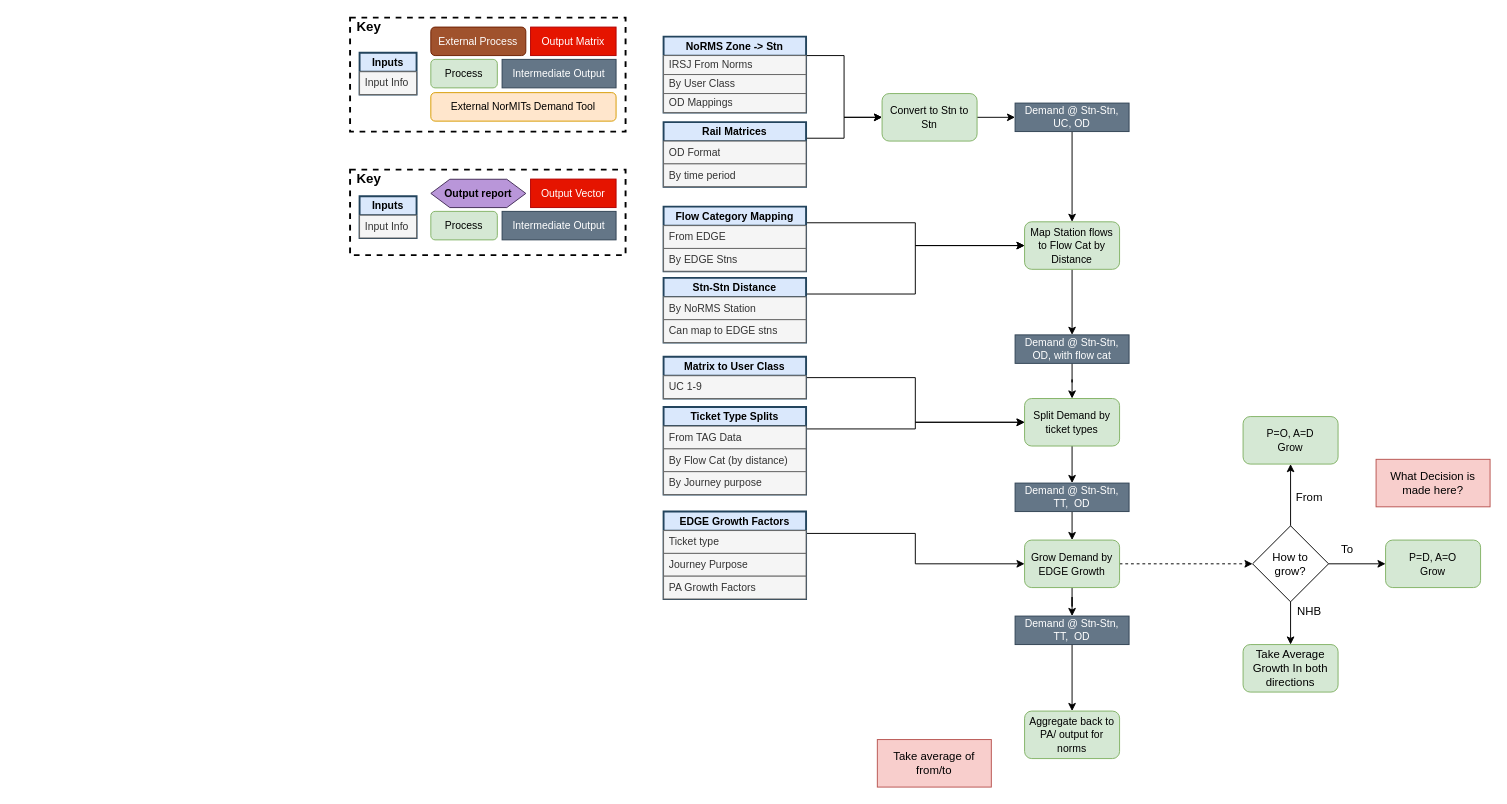
Transport-for-the-North/NorMITs-Demand keeps this draw.io diagram as page "Growth Process" (2 of 3) of docs/op_models/Forecasting/EDGE Replicant/EDGE Replicant.drawio. Above is the earlier version. Source tidied: cells renumbered, new cells numbered last; positions are measured from the earlier drawing's top-left corner, leaving out a move shared by most shapes. Both pictures are drawn from the tidied source at 95%, with x=0, y=0 at pixel (350, 17).
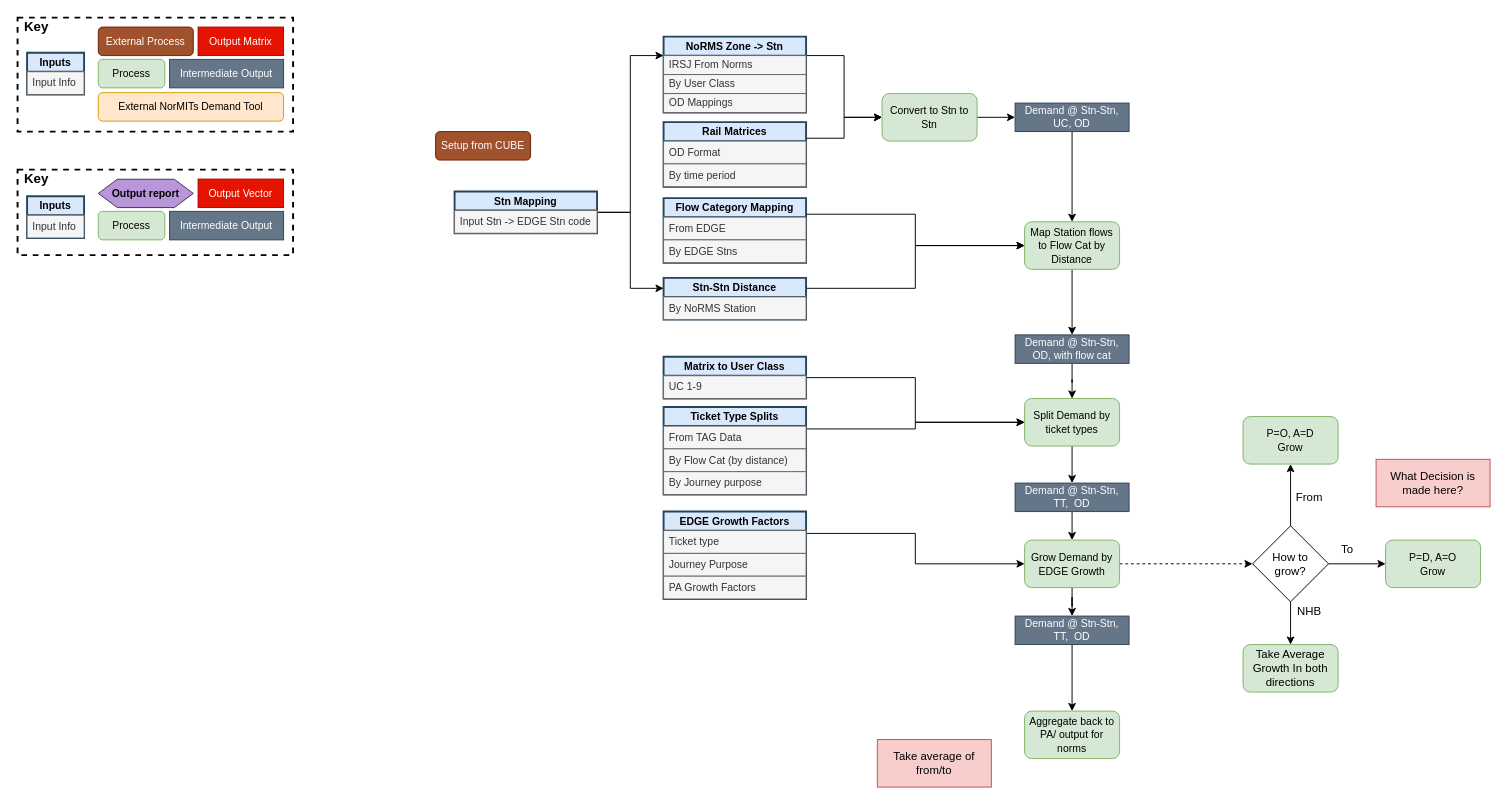
Above is the later version.

The change refers to these unchanged cells:
```xml
<mxCell id="31" value="NoRMS Zone -&gt; Stn" style="swimlane;fontStyle=1;horizontal=1;startSize=20;fillColor=#dae8fc;rounded=0;glass=0;fontSize=11;align=center;strokeWidth=2;strokeColor=#23445D;" parent="1" vertex="1">
  <mxGeometry x="330" y="20" width="150" height="80" as="geometry" />
</mxCell>
```

What changed in the source:
```diff
@@
     <mxCell id="2" style="group;" parent="1" vertex="1">
-      <mxGeometry width="290" height="120" as="geometry" />
+      <mxGeometry x="-350" width="290" height="120" as="geometry" />
     </mxCell>
@@
     <mxCell id="12" style="group;" parent="1" vertex="1">
-      <mxGeometry y="160" width="290" height="90" as="geometry" />
+      <mxGeometry x="-350" y="160" width="290" height="90" as="geometry" />
     </mxCell>
@@
     <mxCell id="27" value="Flow Category Mapping" style="swimlane;fontStyle=1;horizontal=1;startSize=20;fillColor=#dae8fc;rounded=0;glass=0;fontSize=11;align=center;strokeWidth=2;strokeColor=#23445D;" parent="1" vertex="1">
-      <mxGeometry x="330" y="199" width="150" height="68" as="geometry" />
+      <mxGeometry x="330" y="190" width="150" height="68" as="geometry" />
     </mxCell>
@@
     <mxCell id="42" value="Stn-Stn Distance" style="swimlane;fontStyle=1;horizontal=1;startSize=20;fillColor=#dae8fc;rounded=0;glass=0;fontSize=11;align=center;strokeWidth=2;strokeColor=#23445D;" parent="1" vertex="1">
-      <mxGeometry x="330" y="274" width="150" height="68" as="geometry" />
+      <mxGeometry x="330" y="274" width="150" height="44" as="geometry" />
     </mxCell>
@@
-    <mxCell id="44" value="Can map to EDGE stns" style="text;strokeColor=#666666;fillColor=#f5f5f5;align=left;verticalAlign=middle;spacingLeft=4;spacingRight=4;overflow=hidden;fontSize=11;whiteSpace=wrap;fontColor=#333333;" parent="42" vertex="1">
-      <mxGeometry y="44" width="150" height="24" as="geometry" />
-    </mxCell>
@@
+    <mxCell id="81" value="&lt;font style=&quot;font-size: 11px&quot;&gt;Setup from CUBE&lt;/font&gt;" style="rounded=1;whiteSpace=wrap;html=1;fillColor=#a0522d;strokeColor=#6D1F00;fontColor=#ffffff;" parent="1" vertex="1">
+      <mxGeometry x="90" y="120" width="100" height="30" as="geometry" />
+    </mxCell>
+    <mxCell id="82" style="edgeStyle=orthogonalEdgeStyle;rounded=0;jettySize=auto;html=1;exitX=1;exitY=0.5;exitDx=0;exitDy=0;entryX=0;entryY=0.25;entryDx=0;entryDy=0;" parent="1" edge="1" source="84" target="31">
+      <mxGeometry relative="1" as="geometry" />
+    </mxCell>
+    <mxCell id="83" style="edgeStyle=orthogonalEdgeStyle;rounded=0;jettySize=auto;html=1;exitX=1;exitY=0.5;exitDx=0;exitDy=0;entryX=0;entryY=0.25;entryDx=0;entryDy=0;" parent="1" edge="1" source="84" target="42">
+      <mxGeometry relative="1" as="geometry" />
+    </mxCell>
+    <mxCell id="84" value="Stn Mapping" style="swimlane;fontStyle=1;horizontal=1;startSize=20;fillColor=#dae8fc;rounded=0;glass=0;fontSize=11;align=center;strokeWidth=2;strokeColor=#23445D;" parent="1" vertex="1">
+      <mxGeometry x="110" y="183" width="150" height="44" as="geometry" />
+    </mxCell>
+    <mxCell id="85" value="Input Stn -&gt; EDGE Stn code" style="text;strokeColor=#666666;fillColor=#f5f5f5;align=left;verticalAlign=middle;spacingLeft=4;spacingRight=4;overflow=hidden;fontSize=11;whiteSpace=wrap;fontColor=#333333;" parent="84" vertex="1">
+      <mxGeometry y="20" width="150" height="24" as="geometry" />
+    </mxCell>
```
